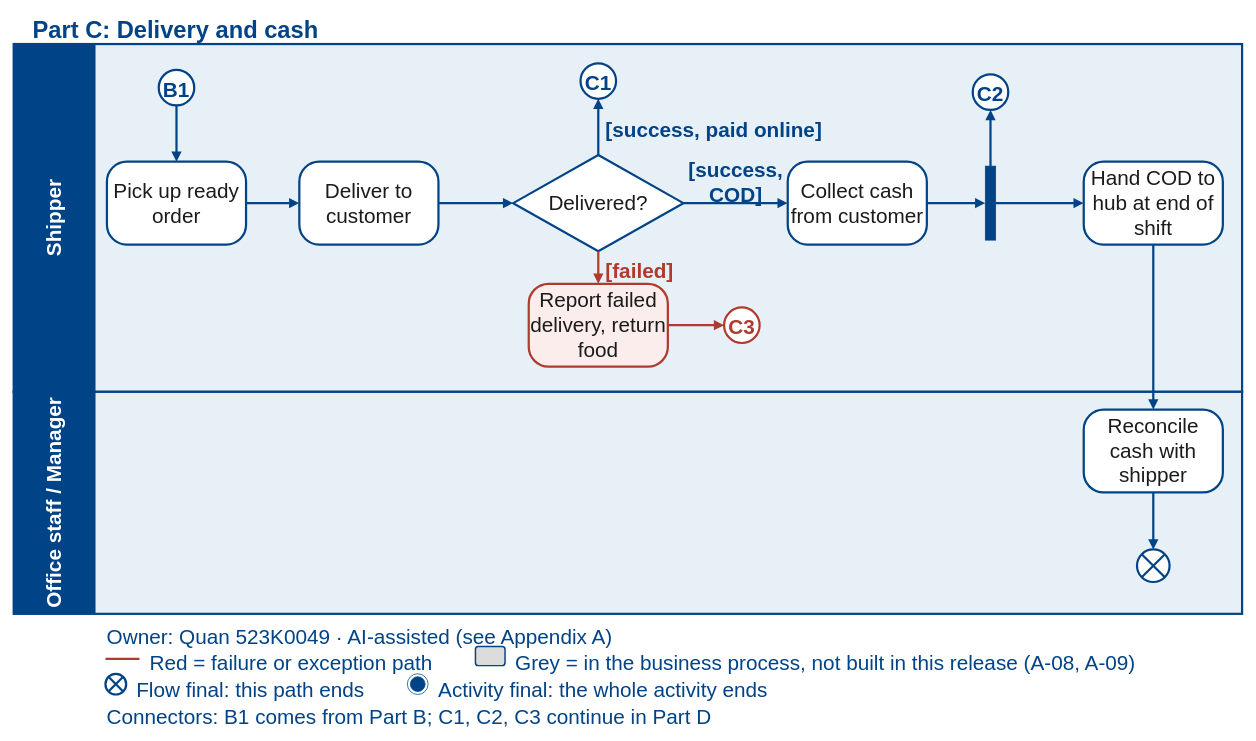
Before: page "Part C" (4 of 6) of docs/part1/models/SaigonBite_Business_Process.drawio in Dat071104/SaigonBite, a draw.io diagram. Source tidied: cells renumbered, new cells numbered last; positions are measured from the earlier drawing's top-left corner, leaving out a move shared by most shapes. Both pictures are drawn from the tidied source at 74%, with x=0, y=0 at pixel (13, 13).
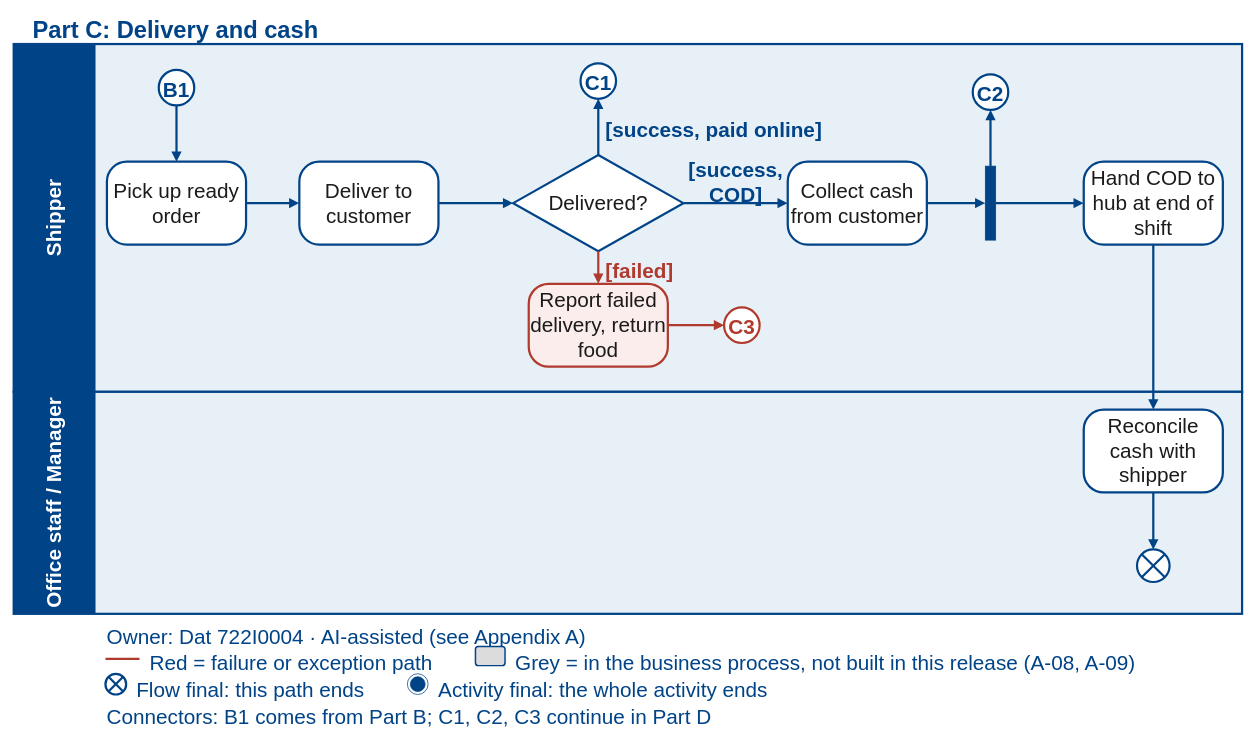
Above is the later version.

Change to the diagram source:
```diff
@@
-    <mxCell id="35" value="Owner: Quan 523K0049 · AI-assisted (see Appendix A)" style="text;html=0;align=left;verticalAlign=middle;strokeColor=none;fillColor=none;fontSize=28;fontColor=#004387;" parent="1" vertex="1">
+    <mxCell id="35" value="Owner: Dat 722I0004 · AI-assisted (see Appendix A)" style="text;html=0;align=left;verticalAlign=middle;strokeColor=none;fillColor=none;fontSize=28;fontColor=#004387;" parent="1" vertex="1">
       <mxGeometry x="124" y="824" width="1000" height="32" as="geometry" />
     </mxCell>
```
